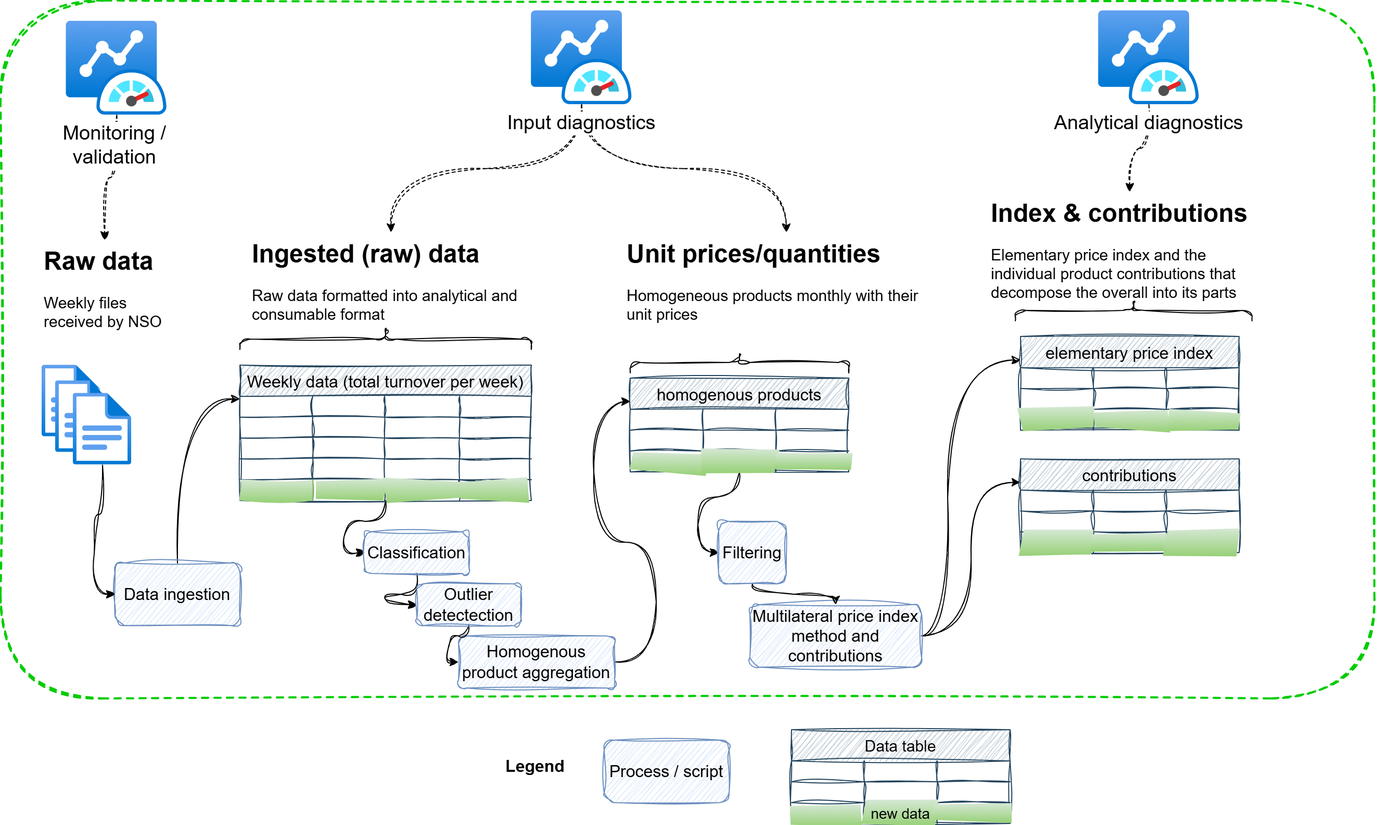
sergegoussev/multilateral-diagnostics keeps this draw.io diagram as docs/images/data-flow-general.png. Above is the earlier version. Source tidied: cells renumbered, new cells last; positions are measured from the earlier drawing's top-left corner, leaving out a move shared by most shapes.
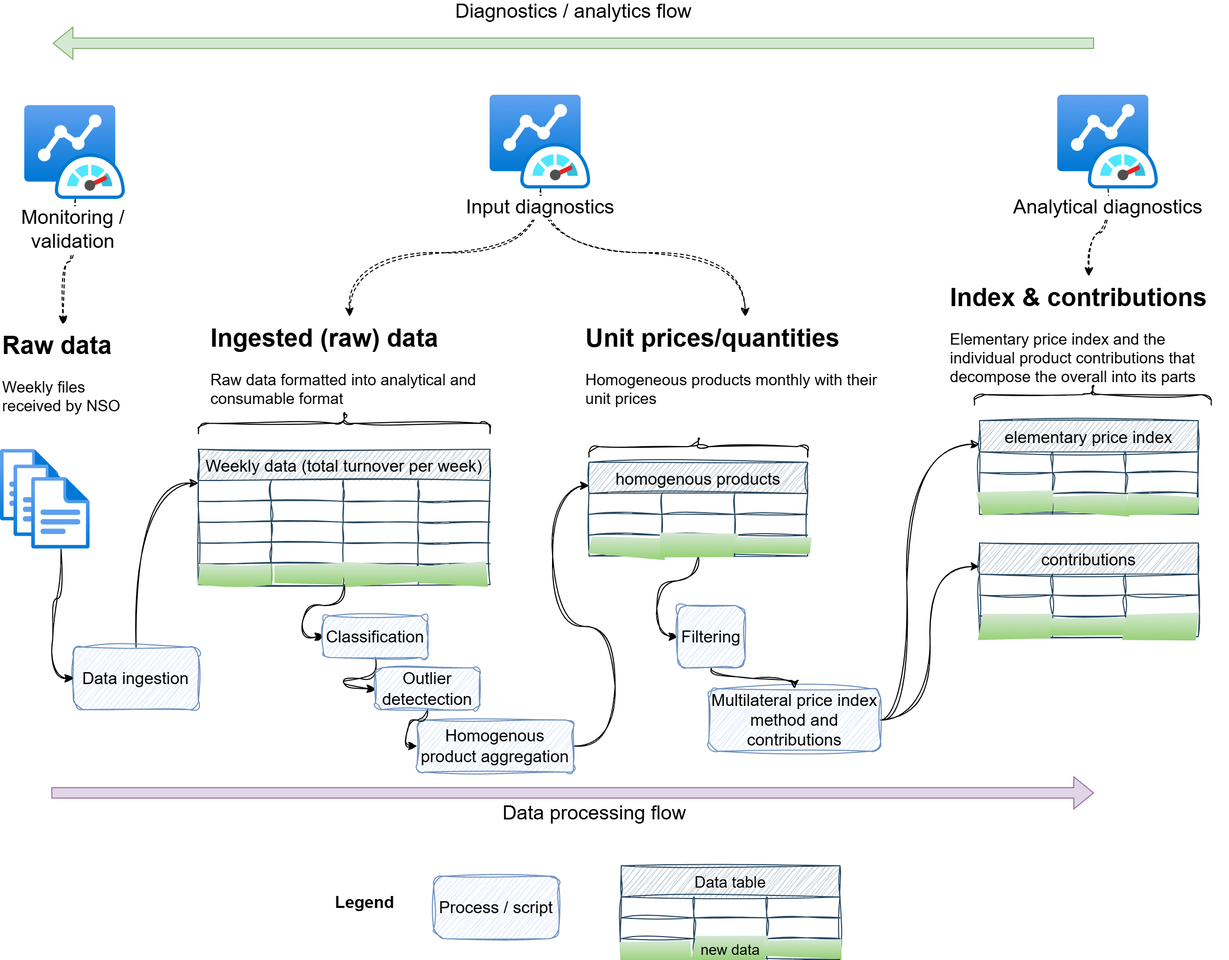
Later version of the same file.

Commit message:
add direction flows to the diagram

What changed in the source:
```diff
@@ -2,9 +2,6 @@
   <root>
     <mxCell id="0" />
     <mxCell id="1" parent="0" />
-    <mxCell id="2" style="rounded=1;whiteSpace=wrap;html=1;fillColor=none;strokeColor=light-dark(#00CC00,#EDEDED);dashed=1;strokeWidth=2;verticalAlign=top;sketch=1;curveFitting=1;jiggle=2;" parent="1" vertex="1">
-      <mxGeometry width="1320" height="670" as="geometry" />
-    </mxCell>
     <mxCell id="3" style="edgeStyle=orthogonalEdgeStyle;rounded=0;jettySize=auto;html=1;curved=1;entryX=0;entryY=0.5;entryDx=0;entryDy=0;sketch=1;curveFitting=1;jiggle=2;" parent="1" edge="1" source="4" target="55">
       <mxGeometry relative="1" as="geometry" />
     </mxCell>
@@ -246,7 +243,7 @@
       <mxGeometry x="950" y="183.8" width="270" height="112.5" as="geometry" />
     </mxCell>
     <mxCell id="77" value="Data table" style="shape=table;startSize=30;strokeColor=#23445d;fontSize=15;fillColor=#bac8d3;sketch=1;curveFitting=1;jiggle=2;" parent="1" vertex="1">
-      <mxGeometry x="760" y="700" width="210" height="90" as="geometry" />
+      <mxGeometry x="636" y="750" width="210" height="90" as="geometry" />
     </mxCell>
     <mxCell id="78" style="shape=tableRow;horizontal=0;startSize=0;swimlaneHead=0;swimlaneBody=0;strokeColor=inherit;top=0;left=0;bottom=0;right=0;fillColor=none;fontSize=16;sketch=1;curveFitting=1;jiggle=2;" parent="77" vertex="1">
       <mxGeometry y="30" width="210" height="20" as="geometry" />
@@ -285,10 +282,10 @@
       <mxGeometry x="140" width="70" height="20" as="geometry" />
     </mxCell>
     <mxCell id="90" value="Process / script" style="rounded=1;whiteSpace=wrap;html=1;fillColor=#dae8fc;strokeColor=#6c8ebf;fontSize=16;sketch=1;curveFitting=1;jiggle=2;" parent="1" vertex="1">
-      <mxGeometry x="580" y="710" width="120" height="60" as="geometry" />
+      <mxGeometry x="456" y="760" width="120" height="60" as="geometry" />
     </mxCell>
     <mxCell id="91" value="&lt;b&gt;&lt;font style=&quot;font-size: 16px;&quot;&gt;Legend&lt;/font&gt;&lt;/b&gt;" style="text;html=1;whiteSpace=wrap;strokeColor=none;fillColor=none;align=center;verticalAlign=middle;rounded=0;sketch=1;curveFitting=1;jiggle=2;" parent="1" vertex="1">
-      <mxGeometry x="484" y="720" width="60" height="30" as="geometry" />
+      <mxGeometry x="360" y="770" width="60" height="30" as="geometry" />
     </mxCell>
     <mxCell id="92" style="edgeStyle=orthogonalEdgeStyle;html=1;curved=1;entryX=0;entryY=0.25;entryDx=0;entryDy=0;sketch=1;curveFitting=1;jiggle=2;" parent="1" edge="1" source="93" target="4">
       <mxGeometry relative="1" as="geometry" />
@@ -350,5 +347,17 @@
     <mxCell id="111" style="edgeStyle=orthogonalEdgeStyle;rounded=0;jettySize=auto;html=1;entryX=0;entryY=0.5;entryDx=0;entryDy=0;curved=1;sketch=1;curveFitting=1;jiggle=2;" parent="1" edge="1" source="97" target="93">
       <mxGeometry relative="1" as="geometry" />
     </mxCell>
+    <mxCell id="112" value="&lt;font&gt;Diagnostics / analytics flow&lt;/font&gt;" style="shape=flexArrow;endArrow=classic;html=1;rounded=0;fontSize=19;fillColor=#d5e8d4;strokeColor=#82b366;" parent="1" edge="1">
+      <mxGeometry y="-30" relative="1" as="geometry">
+        <mxPoint x="1090" y="-40" as="sourcePoint" />
+        <mxPoint x="90" y="-40" as="targetPoint" />
+      </mxGeometry>
+    </mxCell>
+    <mxCell id="113" value="Data processing flow" style="shape=flexArrow;endArrow=classic;html=1;rounded=0;fontSize=19;fillColor=#e1d5e7;strokeColor=#9673a6;" parent="1" edge="1">
+      <mxGeometry x="0.04" y="-20" relative="1" as="geometry">
+        <mxPoint x="88.8" y="680" as="sourcePoint" />
+        <mxPoint x="1090" y="680" as="targetPoint" />
+      </mxGeometry>
+    </mxCell>
   </root>
 </mxGraphModel>
```
